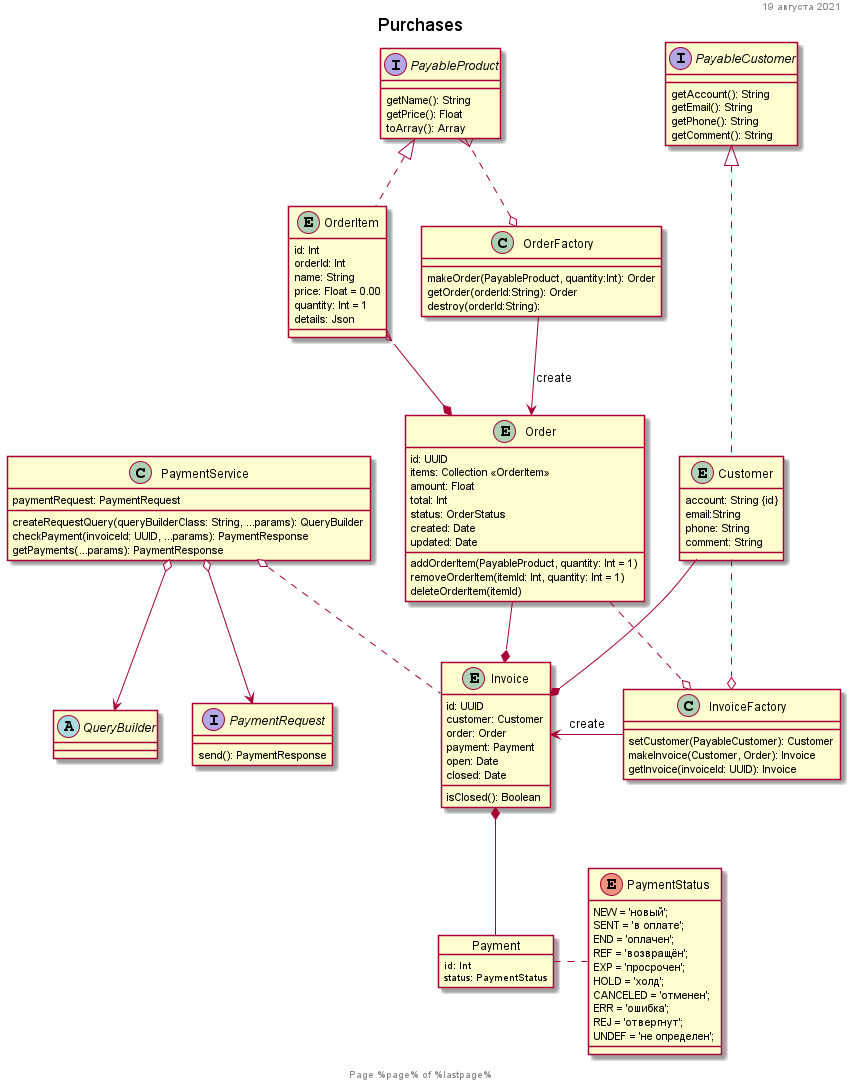
The PlantUML diagram doc/Purchases.png in vladmeh/payment-manager, before a commit.
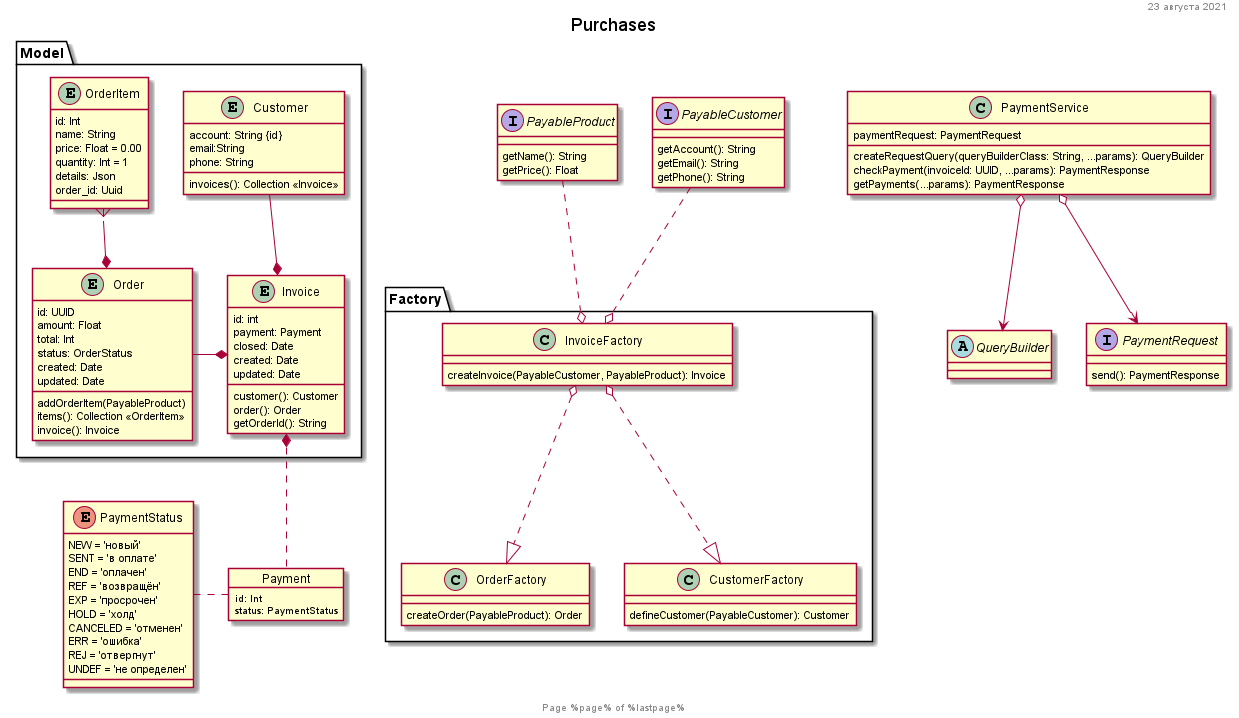
Above is the later version.

Commit message:
Update Purchase UML

Diff of the diagram source:
```diff
@@ -5,66 +5,84 @@
 
 title Purchases
 
+namespace Model {
+    entity OrderItem {
+        id: Int
+        name: String
+        price: Float = 0.00
+        quantity: Int = 1
+        details: Json
+        order_id: Uuid
+    }
+    entity Order {
+        id: UUID
+        amount: Float
+        total: Int
+        status: OrderStatus
+        created: Date
+        updated: Date
+        addOrderItem(PayableProduct)
+        items(): Collection <<OrderItem>>
+        invoice(): Invoice
+    }
+    entity Customer {
+        account: String {id}
+        email:String
+        phone: String
+        invoices(): Collection <<Invoice>>
+    }
+    entity Invoice {
+        id: int
+        payment: Payment
+        closed: Date
+        created: Date
+        updated: Date
+        customer(): Customer
+        order(): Order
+        getOrderId(): String
+    }
+}
+
+object Payment {
+    id: Int
+    status: PaymentStatus
+}
+enum PaymentStatus {
+    NEW = 'новый'
+    SENT = 'в оплате'
+    END = 'оплачен'
+    REF = 'возвращён'
+    EXP = 'просрочен'
+    HOLD = 'холд'
+    CANCELED = 'отменен'
+    ERR = 'ошибка'
+    REJ = 'отвергнут'
+    UNDEF = 'не определен'
+}
+
 interface PayableProduct {
     getName(): String
     getPrice(): Float
-    toArray(): Array
 }
 interface PayableCustomer {
     getAccount(): String
     getEmail(): String
     getPhone(): String
-    getComment(): String
 }
-class OrderFactory {
-    makeOrder(PayableProduct, quantity:Int): Order
-    getOrder(orderId:String): Order
-    destroy(orderId:String):
+
+namespace Factory {
+    class OrderFactory {
+        createOrder(PayableProduct): Order
+    }
+    class CustomerFactory {
+        defineCustomer(PayableCustomer): Customer
+    }
+    class InvoiceFactory {
+        createInvoice(PayableCustomer, PayableProduct): Invoice
+    }
 }
-entity OrderItem {
-    id: Int
-    orderId: Int
-    name: String
-    price: Float = 0.00
-    quantity: Int = 1
-    details: Json
-}
-entity Order {
-    id: UUID
-    items: Collection <<OrderItem>>
-    amount: Float
-    total: Int
-    status: OrderStatus
-    created: Date
-    updated: Date
-    addOrderItem(PayableProduct, quantity: Int = 1)
-    removeOrderItem(itemId: Int, quantity: Int = 1)
-    deleteOrderItem(itemId)
-}
-entity Customer {
-    account: String {id}
-    email:String
-    phone: String
-    comment: String
-}
-entity Invoice {
-    id: UUID
-    customer: Customer
-    order: Order
-    payment: Payment
-    open: Date
-    closed: Date
-    isClosed(): Boolean
-}
-object Payment {
-    id: Int
-    status: PaymentStatus
-}
-class InvoiceFactory {
-    setCustomer(PayableCustomer): Customer
-    makeInvoice(Customer, Order): Invoice
-    getInvoice(invoiceId: UUID): Invoice
-}
+
+
 class PaymentService {
     paymentRequest: PaymentRequest
     createRequestQuery(queryBuilderClass: String, ...params): QueryBuilder
@@ -76,35 +94,22 @@
     send(): PaymentResponse
 }
 
-enum PaymentStatus {
-    NEW = 'новый';
-    SENT = 'в оплате';
-    END = 'оплачен';
-    REF = 'возвращён';
-    EXP = 'просрочен';
-    HOLD = 'холд';
-    CANCELED = 'отменен';
-    ERR = 'ошибка';
-    REJ = 'отвергнут';
-    UNDEF = 'не определен';
-}
 
-PayableProduct <|.. OrderItem
-PayableCustomer <|... Customer
 OrderItem }--* Order
+Order -* Invoice
 Customer --* Invoice
-Order -* Invoice
+Invoice *.. Payment
 
-PayableProduct }..o OrderFactory
-OrderFactory --> Order: create
+PaymentStatus . Payment
 
-Customer ..o InvoiceFactory
-Order ..o InvoiceFactory
+PayableProduct .down.o Factory.InvoiceFactory
+PayableCustomer .down.o Factory.InvoiceFactory
 
-PaymentService o.. Invoice
-Invoice <- InvoiceFactory: create
-Invoice *-- Payment
-Payment . PaymentStatus
+Factory.InvoiceFactory o.down.|> Factory.CustomerFactory
+Factory.InvoiceFactory o.down.|> Factory.OrderFactory
+
+
+
 
 PaymentService o--> QueryBuilder
 PaymentService o--> PaymentRequest
```
